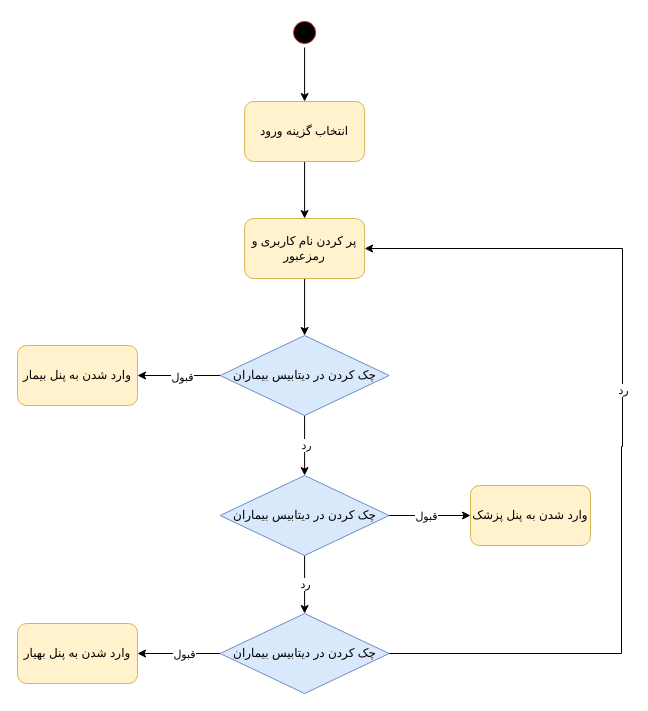
Earlier version of the draw.io diagram page "ورود" (7 of 19) of ActivityDiagram.drawio (Matinrezaei/Software-Lab). Source tidied: cells renumbered, new cells numbered last; positions are measured from the earlier drawing's top-left corner, leaving out a move shared by most shapes. Both pictures are drawn from the tidied source at 100%, with x=0, y=0 at pixel (17, 17).
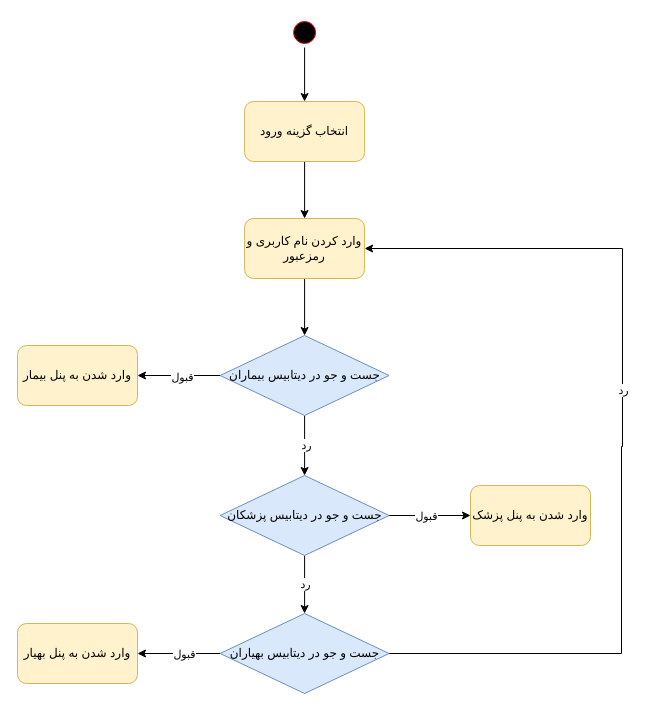
The same diagram, later.

The edit, as a diff of the source:
```diff
@@
-    <mxCell id="10" value="چک کردن در دیتابیس بیماران" style="rhombus;whiteSpace=wrap;html=1;fillColor=#dae8fc;strokeColor=#6c8ebf;" parent="1" vertex="1">
+    <mxCell id="10" value="جست و جو در دیتابیس بیماران" style="rhombus;whiteSpace=wrap;html=1;fillColor=#dae8fc;strokeColor=#6c8ebf;" parent="1" vertex="1">
       <mxGeometry x="202.6" y="318" width="169" height="80" as="geometry" />
     </mxCell>
@@
-    <mxCell id="12" value="پر کردن نام کاربری و رمزعبور" style="rounded=1;whiteSpace=wrap;html=1;fillColor=#fff2cc;strokeColor=#d6b656;" parent="1" vertex="1">
+    <mxCell id="12" value="وارد کردن نام کاربری و رمزعبور" style="rounded=1;whiteSpace=wrap;html=1;fillColor=#fff2cc;strokeColor=#d6b656;" parent="1" vertex="1">
       <mxGeometry x="227.1" y="201" width="120" height="60" as="geometry" />
     </mxCell>
@@
-    <mxCell id="20" value="چک کردن در دیتابیس بیماران" style="rhombus;whiteSpace=wrap;html=1;fillColor=#dae8fc;strokeColor=#6c8ebf;" parent="1" vertex="1">
+    <mxCell id="20" value="جست و جو&amp;nbsp;در دیتابیس پزشکان" style="rhombus;whiteSpace=wrap;html=1;fillColor=#dae8fc;strokeColor=#6c8ebf;" parent="1" vertex="1">
       <mxGeometry x="202.6" y="458" width="169" height="80" as="geometry" />
     </mxCell>
@@
-    <mxCell id="25" value="چک کردن در دیتابیس بیماران" style="rhombus;whiteSpace=wrap;html=1;fillColor=#dae8fc;strokeColor=#6c8ebf;" parent="1" vertex="1">
+    <mxCell id="25" value="جست و جو&amp;nbsp;در دیتابیس بهیاران" style="rhombus;whiteSpace=wrap;html=1;fillColor=#dae8fc;strokeColor=#6c8ebf;" parent="1" vertex="1">
       <mxGeometry x="202.6" y="596" width="169" height="80" as="geometry" />
     </mxCell>
```
